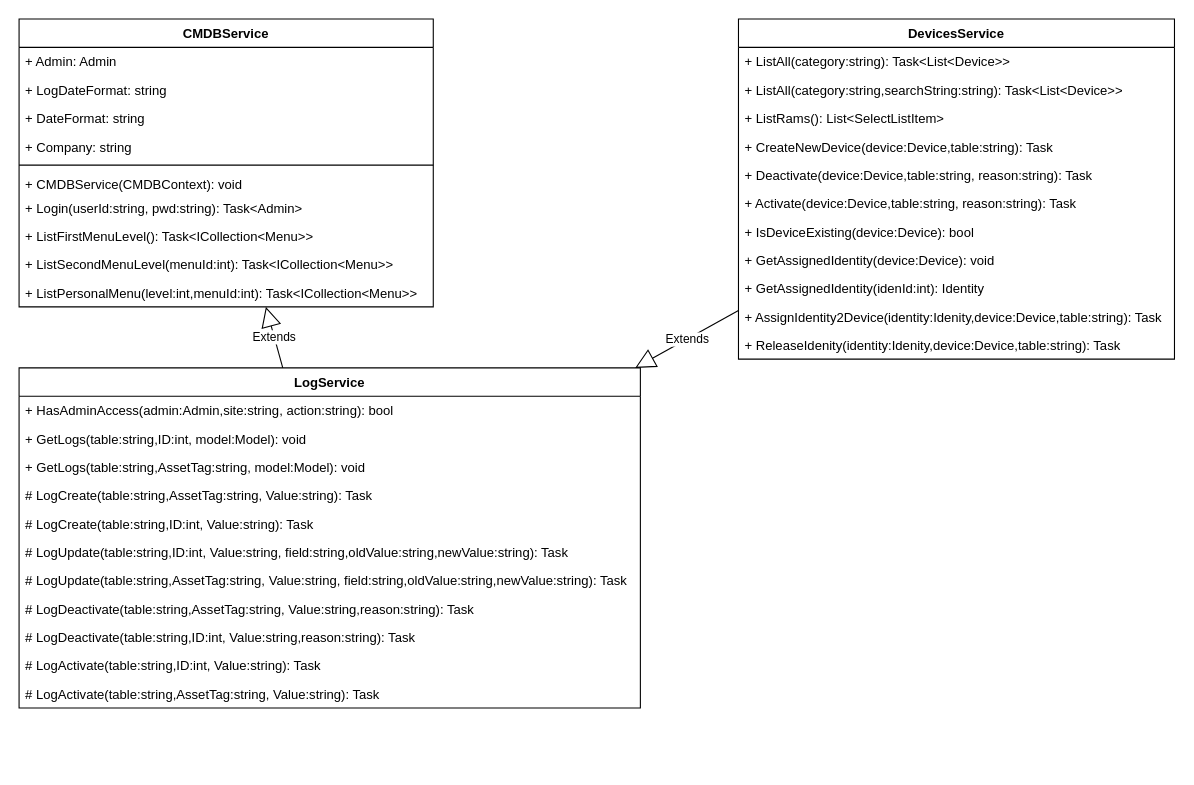
Earlier version of the draw.io diagram page "Services" (4 of 5) of CMDB/CMDB/Documentation/CMDB-Class.drawio (HansColman45/PyCMDB). Source tidied: cells renumbered, new cells numbered last; positions are measured from the earlier drawing's top-left corner, leaving out a move shared by most shapes. Both pictures are drawn from the tidied source at 109%, with x=0, y=0 at pixel (19, 19).
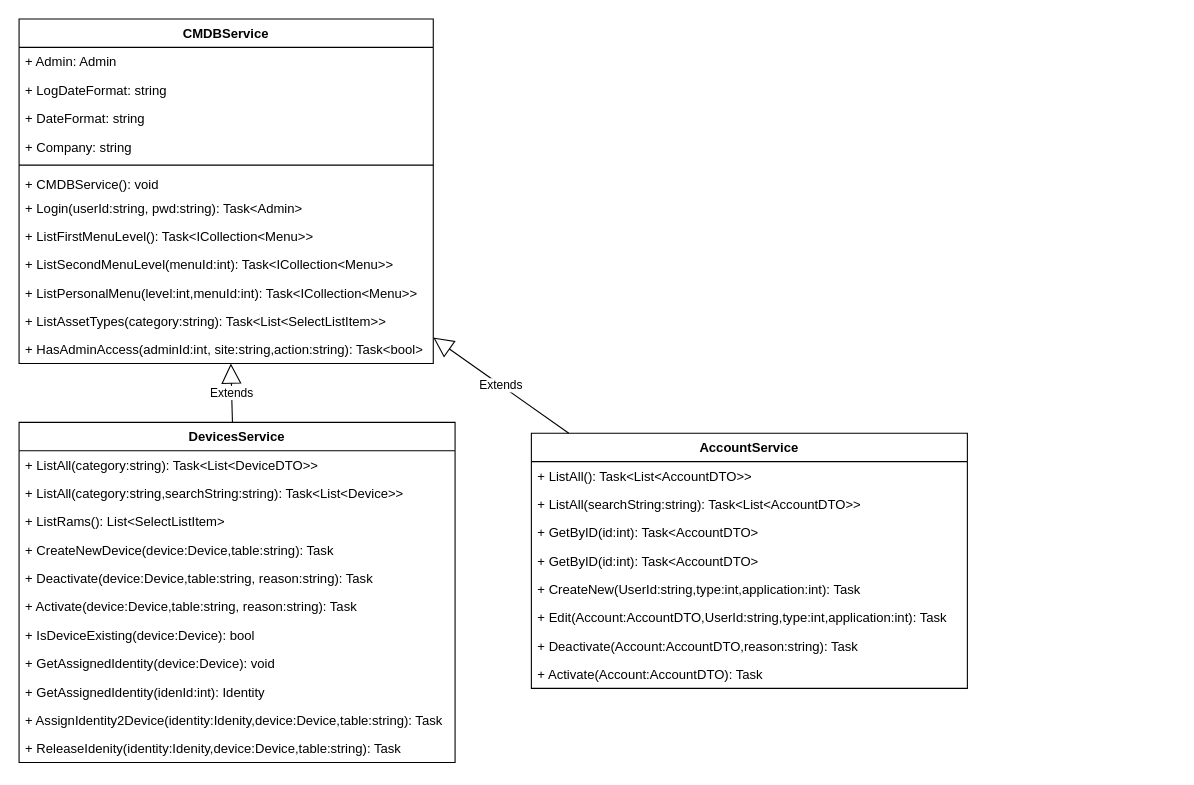
The same diagram, later.

What changed in the source:
```diff
@@
-    <mxCell id="2" value="LogService" style="swimlane;fontStyle=1;align=center;verticalAlign=top;horizontal=1;startSize=26;" parent="1" vertex="1">
-      <mxGeometry y="320" width="570" height="312" as="geometry" />
-    </mxCell>
-    <mxCell id="3" value="+ HasAdminAccess(admin:Admin,site:string, action:string): bool" style="text;strokeColor=none;fillColor=none;align=left;verticalAlign=top;spacingLeft=4;spacingRight=4;overflow=hidden;" parent="2" vertex="1">
-      <mxGeometry y="26" width="570" height="26" as="geometry" />
-    </mxCell>
-    <mxCell id="4" value="+ GetLogs(table:string,ID:int, model:Model): void" style="text;strokeColor=none;fillColor=none;align=left;verticalAlign=top;spacingLeft=4;spacingRight=4;overflow=hidden;" parent="2" vertex="1">
-      <mxGeometry y="52" width="570" height="26" as="geometry" />
-    </mxCell>
-    <mxCell id="5" value="+ GetLogs(table:string,AssetTag:string, model:Model): void" style="text;strokeColor=none;fillColor=none;align=left;verticalAlign=top;spacingLeft=4;spacingRight=4;overflow=hidden;" parent="2" vertex="1">
-      <mxGeometry y="78" width="570" height="26" as="geometry" />
-    </mxCell>
-    <mxCell id="6" value="# LogCreate(table:string,AssetTag:string, Value:string): Task" style="text;strokeColor=none;fillColor=none;align=left;verticalAlign=top;spacingLeft=4;spacingRight=4;overflow=hidden;" parent="2" vertex="1">
-      <mxGeometry y="104" width="570" height="26" as="geometry" />
-    </mxCell>
-    <mxCell id="7" value="# LogCreate(table:string,ID:int, Value:string): Task" style="text;strokeColor=none;fillColor=none;align=left;verticalAlign=top;spacingLeft=4;spacingRight=4;overflow=hidden;" parent="2" vertex="1">
-      <mxGeometry y="130" width="570" height="26" as="geometry" />
-    </mxCell>
-    <mxCell id="8" value="# LogUpdate(table:string,ID:int, Value:string, field:string,oldValue:string,newValue:string): Task" style="text;strokeColor=none;fillColor=none;align=left;verticalAlign=top;spacingLeft=4;spacingRight=4;overflow=hidden;" parent="2" vertex="1">
-      <mxGeometry y="156" width="570" height="26" as="geometry" />
-    </mxCell>
-    <mxCell id="9" value="# LogUpdate(table:string,AssetTag:string, Value:string, field:string,oldValue:string,newValue:string): Task" style="text;strokeColor=none;fillColor=none;align=left;verticalAlign=top;spacingLeft=4;spacingRight=4;overflow=hidden;" parent="2" vertex="1">
-      <mxGeometry y="182" width="570" height="26" as="geometry" />
-    </mxCell>
-    <mxCell id="10" value="# LogDeactivate(table:string,AssetTag:string, Value:string,reason:string): Task" style="text;strokeColor=none;fillColor=none;align=left;verticalAlign=top;spacingLeft=4;spacingRight=4;overflow=hidden;" parent="2" vertex="1">
-      <mxGeometry y="208" width="570" height="26" as="geometry" />
-    </mxCell>
-    <mxCell id="11" value="# LogDeactivate(table:string,ID:int, Value:string,reason:string): Task" style="text;strokeColor=none;fillColor=none;align=left;verticalAlign=top;spacingLeft=4;spacingRight=4;overflow=hidden;" parent="2" vertex="1">
-      <mxGeometry y="234" width="570" height="26" as="geometry" />
-    </mxCell>
-    <mxCell id="12" value="# LogActivate(table:string,ID:int, Value:string): Task" style="text;strokeColor=none;fillColor=none;align=left;verticalAlign=top;spacingLeft=4;spacingRight=4;overflow=hidden;" parent="2" vertex="1">
-      <mxGeometry y="260" width="570" height="26" as="geometry" />
-    </mxCell>
-    <mxCell id="13" value="# LogActivate(table:string,AssetTag:string, Value:string): Task" style="text;strokeColor=none;fillColor=none;align=left;verticalAlign=top;spacingLeft=4;spacingRight=4;overflow=hidden;" parent="2" vertex="1">
-      <mxGeometry y="286" width="570" height="26" as="geometry" />
-    </mxCell>
     <mxCell id="14" value="CMDBService" style="swimlane;fontStyle=1;align=center;verticalAlign=top;horizontal=1;startSize=26;" parent="1" vertex="1">
-      <mxGeometry width="380" height="264" as="geometry" />
+      <mxGeometry width="380" height="316" as="geometry" />
     </mxCell>
@@
-    <mxCell id="20" value="+ CMDBService(CMDBContext): void" style="text;strokeColor=none;fillColor=none;align=left;verticalAlign=top;spacingLeft=4;spacingRight=4;overflow=hidden;" parent="14" vertex="1">
+    <mxCell id="20" value="+ CMDBService(): void" style="text;strokeColor=none;fillColor=none;align=left;verticalAlign=top;spacingLeft=4;spacingRight=4;overflow=hidden;" parent="14" vertex="1">
       <mxGeometry y="138" width="380" height="22" as="geometry" />
     </mxCell>
@@
-    <mxCell id="25" value="Extends" style="endArrow=block;endSize=16;endFill=0;html=1;rounded=0;" parent="1" edge="1" source="2" target="14">
-      <mxGeometry relative="1" as="geometry" />
-    </mxCell>
+    <mxCell id="39" value="+ ListAssetTypes(category:string): Task&lt;List&lt;SelectListItem&gt;&gt;" style="text;strokeColor=none;fillColor=none;align=left;verticalAlign=top;spacingLeft=4;spacingRight=4;overflow=hidden;" parent="14" vertex="1">
+      <mxGeometry y="264" width="380" height="26" as="geometry" />
+    </mxCell>
+    <mxCell id="40" value="+ HasAdminAccess(adminId:int, site:string,action:string): Task&lt;bool&gt;" style="text;strokeColor=none;fillColor=none;align=left;verticalAlign=top;spacingLeft=4;spacingRight=4;overflow=hidden;" parent="14" vertex="1">
+      <mxGeometry y="290" width="380" height="26" as="geometry" />
+    </mxCell>
     <mxCell id="26" value="DevicesService" style="swimlane;fontStyle=1;align=center;verticalAlign=top;horizontal=1;startSize=26;" parent="1" vertex="1">
-      <mxGeometry x="660" width="400" height="312" as="geometry" />
+      <mxGeometry y="370" width="400" height="312" as="geometry" />
     </mxCell>
-    <mxCell id="27" value="+ ListAll(category:string): Task&lt;List&lt;Device&gt;&gt;" style="text;strokeColor=none;fillColor=none;align=left;verticalAlign=top;spacingLeft=4;spacingRight=4;overflow=hidden;" parent="26" vertex="1">
+    <mxCell id="27" value="+ ListAll(category:string): Task&lt;List&lt;DeviceDTO&gt;&gt;" style="text;strokeColor=none;fillColor=none;align=left;verticalAlign=top;spacingLeft=4;spacingRight=4;overflow=hidden;" parent="26" vertex="1">
       <mxGeometry y="26" width="400" height="26" as="geometry" />
     </mxCell>
@@
-    <mxCell id="38" value="Extends" style="endArrow=block;endSize=16;endFill=0;html=1;rounded=0;" parent="1" edge="1" source="26" target="2">
+    <mxCell id="38" value="Extends" style="endArrow=block;endSize=16;endFill=0;html=1;rounded=0;" parent="1" edge="1" source="26" target="14">
       <mxGeometry relative="1" as="geometry" />
     </mxCell>
+    <mxCell id="41" value="AccountService" style="swimlane;fontStyle=1;align=center;verticalAlign=top;horizontal=1;startSize=26;" parent="1" vertex="1">
+      <mxGeometry x="470" y="380" width="400" height="234" as="geometry" />
+    </mxCell>
+    <mxCell id="42" value="+ ListAll(): Task&lt;List&lt;AccountDTO&gt;&gt;" style="text;strokeColor=none;fillColor=none;align=left;verticalAlign=top;spacingLeft=4;spacingRight=4;overflow=hidden;" parent="41" vertex="1">
+      <mxGeometry y="26" width="400" height="26" as="geometry" />
+    </mxCell>
+    <mxCell id="43" value="+ ListAll(searchString:string): Task&lt;List&lt;AccountDTO&gt;&gt;" style="text;strokeColor=none;fillColor=none;align=left;verticalAlign=top;spacingLeft=4;spacingRight=4;overflow=hidden;" parent="41" vertex="1">
+      <mxGeometry y="52" width="400" height="26" as="geometry" />
+    </mxCell>
+    <mxCell id="44" value="+ GetByID(id:int): Task&lt;AccountDTO&gt;" style="text;strokeColor=none;fillColor=none;align=left;verticalAlign=top;spacingLeft=4;spacingRight=4;overflow=hidden;" parent="41" vertex="1">
+      <mxGeometry y="78" width="400" height="26" as="geometry" />
+    </mxCell>
+    <mxCell id="45" value="+ GetByID(id:int): Task&lt;AccountDTO&gt;" style="text;strokeColor=none;fillColor=none;align=left;verticalAlign=top;spacingLeft=4;spacingRight=4;overflow=hidden;" parent="41" vertex="1">
+      <mxGeometry y="104" width="400" height="26" as="geometry" />
+    </mxCell>
+    <mxCell id="46" value="+ CreateNew(UserId:string,type:int,application:int): Task" style="text;strokeColor=none;fillColor=none;align=left;verticalAlign=top;spacingLeft=4;spacingRight=4;overflow=hidden;" parent="41" vertex="1">
+      <mxGeometry y="130" width="400" height="26" as="geometry" />
+    </mxCell>
+    <mxCell id="47" value="+ Edit(Account:AccountDTO,UserId:string,type:int,application:int): Task" style="text;strokeColor=none;fillColor=none;align=left;verticalAlign=top;spacingLeft=4;spacingRight=4;overflow=hidden;" parent="41" vertex="1">
+      <mxGeometry y="156" width="400" height="26" as="geometry" />
+    </mxCell>
+    <mxCell id="48" value="+ Deactivate(Account:AccountDTO,reason:string): Task" style="text;strokeColor=none;fillColor=none;align=left;verticalAlign=top;spacingLeft=4;spacingRight=4;overflow=hidden;" parent="41" vertex="1">
+      <mxGeometry y="182" width="400" height="26" as="geometry" />
+    </mxCell>
+    <mxCell id="49" value="+ Activate(Account:AccountDTO): Task" style="text;strokeColor=none;fillColor=none;align=left;verticalAlign=top;spacingLeft=4;spacingRight=4;overflow=hidden;" parent="41" vertex="1">
+      <mxGeometry y="208" width="400" height="26" as="geometry" />
+    </mxCell>
+    <mxCell id="25" value="Extends" style="endArrow=block;endSize=16;endFill=0;html=1;rounded=0;" parent="1" edge="1" source="41" target="14">
+      <mxGeometry relative="1" as="geometry" />
+    </mxCell>
```
